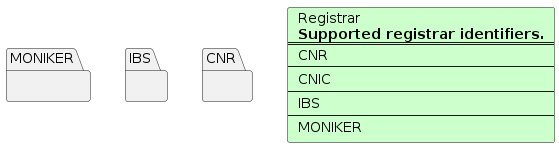
Earlier version of the PlantUML export docs/uml_diagram/division-diagram.png (centralnicgroup-opensource/rtldev-middleware-php-sdk).
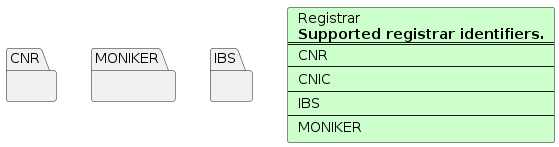
The same diagram one commit later.

What changed in the source:
```diff
@@ -11,10 +11,10 @@
     ----
     MONIKER
   ]
+  package CNR as CNR {
+  }
   package MONIKER as MONIKER {
   }
   package IBS as IBS {
   }
-  package CNR as CNR {
-  }
 @enduml
```
